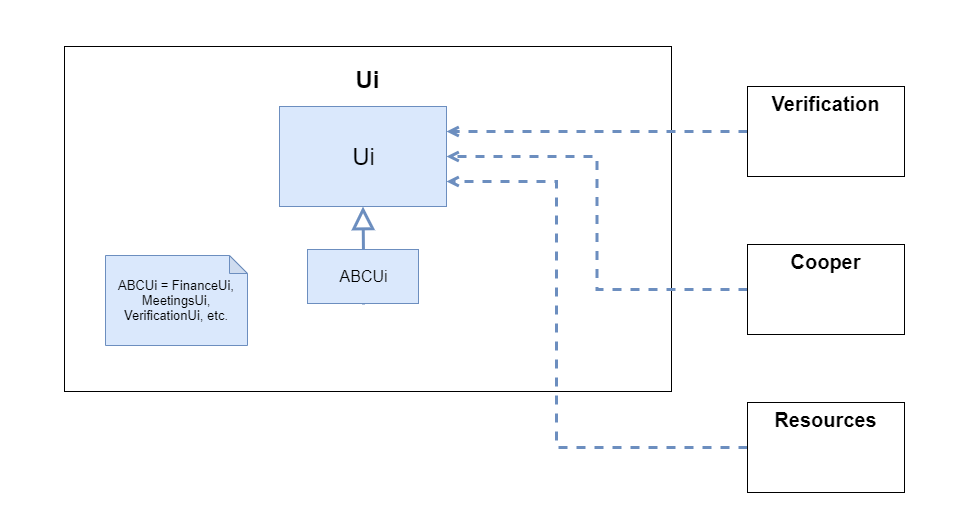
Before: docs/developerGuideDiagrams/uiComponent.png, a diagram exported from draw.io (theeugenechong/tp). Source tidied: cells renumbered, new cells last; positions are measured from the earlier drawing's top-left corner, leaving out a move shared by most shapes. Source of this version:
```xml
<mxGraphModel>
  <root>
    <mxCell id="0" />
    <mxCell id="1" parent="0" />
    <mxCell id="2" style="rounded=0;whiteSpace=wrap;html=1;strokeColor=#FFFFFF;" parent="1" vertex="1">
      <mxGeometry width="965" height="528" as="geometry" />
    </mxCell>
    <mxCell id="3" value="&lt;b&gt;&lt;font style=&quot;font-size: 24px&quot;&gt;Ui&lt;/font&gt;&lt;br&gt;&lt;br&gt;&lt;br&gt;&lt;br&gt;&lt;br&gt;&lt;br&gt;&lt;br&gt;&lt;br&gt;&lt;br&gt;&lt;br&gt;&lt;br&gt;&lt;br&gt;&lt;br&gt;&lt;br&gt;&lt;br&gt;&lt;br&gt;&lt;br&gt;&lt;br&gt;&lt;br&gt;&lt;br&gt;&lt;br&gt;&lt;/b&gt;" style="rounded=0;whiteSpace=wrap;html=1;" parent="1" vertex="1">
      <mxGeometry x="64" y="46" width="607" height="345" as="geometry" />
    </mxCell>
    <mxCell id="4" value="&lt;font style=&quot;font-size: 24px&quot;&gt;Ui&lt;/font&gt;" style="html=1;fillColor=#dae8fc;strokeColor=#6c8ebf;" parent="1" vertex="1">
      <mxGeometry x="279" y="106" width="167" height="100" as="geometry" />
    </mxCell>
    <mxCell id="5" style="endArrow=block;endSize=16;endFill=0;html=1;rounded=0;edgeStyle=orthogonalEdgeStyle;entryX=0.5;entryY=1;entryDx=0;entryDy=0;fillColor=#dae8fc;strokeColor=#6c8ebf;strokeWidth=3;" parent="1" edge="1" target="4">
      <mxGeometry relative="1" as="geometry">
        <mxPoint x="363" y="304" as="sourcePoint" />
      </mxGeometry>
    </mxCell>
    <mxCell id="6" value="&lt;font style=&quot;font-size: 16px&quot;&gt;ABCUi&lt;/font&gt;" style="html=1;fillColor=#dae8fc;strokeColor=#6c8ebf;" parent="1" vertex="1">
      <mxGeometry x="307" y="249" width="111" height="54" as="geometry" />
    </mxCell>
    <mxCell id="7" style="edgeStyle=orthogonalEdgeStyle;rounded=0;jettySize=auto;html=1;exitX=0;exitY=0.5;exitDx=0;exitDy=0;entryX=1;entryY=0.25;entryDx=0;entryDy=0;dashed=1;fillColor=#dae8fc;strokeColor=#6c8ebf;strokeWidth=3;endArrow=open;endFill=0;" parent="1" edge="1" source="8" target="4">
      <mxGeometry relative="1" as="geometry" />
    </mxCell>
    <mxCell id="8" value="&lt;font&gt;&lt;font style=&quot;font-size: 20px&quot;&gt;&lt;b&gt;Verification&lt;/b&gt;&lt;/font&gt;&lt;br&gt;&lt;br&gt;&lt;br&gt;&lt;br&gt;&lt;br&gt;&lt;/font&gt;" style="rounded=0;whiteSpace=wrap;html=1;" parent="1" vertex="1">
      <mxGeometry x="747" y="86" width="157" height="90" as="geometry" />
    </mxCell>
    <mxCell id="9" style="edgeStyle=orthogonalEdgeStyle;rounded=0;jettySize=auto;html=1;exitX=0;exitY=0.5;exitDx=0;exitDy=0;entryX=1;entryY=0.5;entryDx=0;entryDy=0;dashed=1;fillColor=#dae8fc;strokeColor=#6c8ebf;strokeWidth=3;endArrow=open;endFill=0;" parent="1" edge="1" source="10" target="4">
      <mxGeometry relative="1" as="geometry" />
    </mxCell>
    <mxCell id="10" value="&lt;font&gt;&lt;span style=&quot;font-size: 20px&quot;&gt;&lt;b&gt;Cooper&lt;/b&gt;&lt;/span&gt;&lt;br&gt;&lt;br&gt;&lt;br&gt;&lt;br&gt;&lt;br&gt;&lt;/font&gt;" style="rounded=0;whiteSpace=wrap;html=1;" parent="1" vertex="1">
      <mxGeometry x="747" y="244" width="157" height="90" as="geometry" />
    </mxCell>
    <mxCell id="11" style="edgeStyle=orthogonalEdgeStyle;rounded=0;jettySize=auto;html=1;exitX=0;exitY=0.5;exitDx=0;exitDy=0;entryX=1;entryY=0.75;entryDx=0;entryDy=0;dashed=1;strokeWidth=3;fillColor=#dae8fc;strokeColor=#6c8ebf;endArrow=open;endFill=0;" parent="1" edge="1" source="12" target="4">
      <mxGeometry relative="1" as="geometry">
        <Array as="points">
          <mxPoint x="556" y="447" />
          <mxPoint x="556" y="181" />
        </Array>
      </mxGeometry>
    </mxCell>
    <mxCell id="12" value="&lt;font&gt;&lt;span style=&quot;font-size: 20px&quot;&gt;&lt;b&gt;Resources&lt;/b&gt;&lt;/span&gt;&lt;br&gt;&lt;br&gt;&lt;br&gt;&lt;br&gt;&lt;br&gt;&lt;/font&gt;" style="rounded=0;whiteSpace=wrap;html=1;" parent="1" vertex="1">
      <mxGeometry x="747" y="402" width="157" height="90" as="geometry" />
    </mxCell>
    <mxCell id="13" value="&lt;span style=&quot;font-size: 13px&quot;&gt;ABCUi = FinanceUi, MeetingsUi, VerificationUi, etc.&lt;/span&gt;" style="shape=note;whiteSpace=wrap;html=1;backgroundOutline=1;darkOpacity=0.05;align=center;size=18;fillColor=#dae8fc;strokeColor=#6c8ebf;" parent="1" vertex="1">
      <mxGeometry x="105" y="255" width="142" height="90" as="geometry" />
    </mxCell>
  </root>
</mxGraphModel>
```
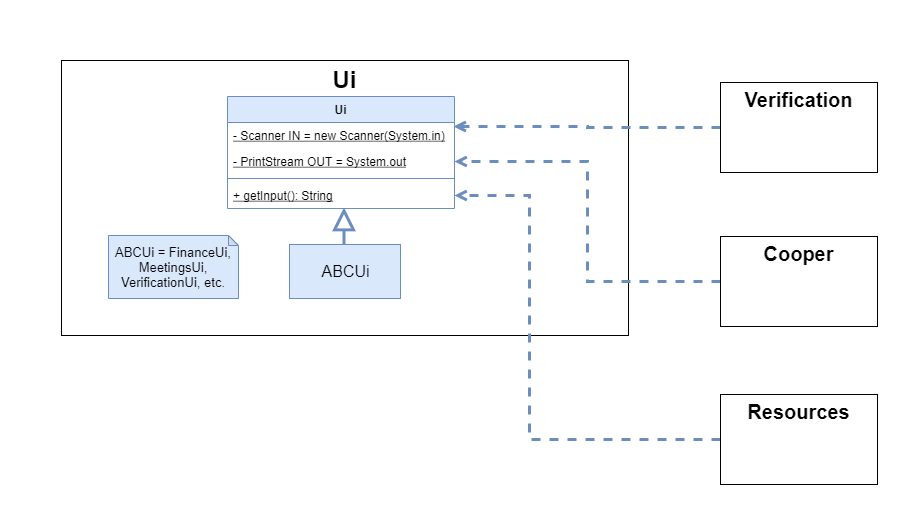
After the change.

Commit message:
Redo some parts for DG Change variable name in Ui class to fit with class diagram

Change to the diagram source:
```diff
@@ -3,47 +3,60 @@
     <mxCell id="0" />
     <mxCell id="1" parent="0" />
     <mxCell id="2" style="rounded=0;whiteSpace=wrap;html=1;strokeColor=#FFFFFF;" parent="1" vertex="1">
-      <mxGeometry width="965" height="528" as="geometry" />
+      <mxGeometry x="27" y="8" width="916" height="520" as="geometry" />
     </mxCell>
-    <mxCell id="3" value="&lt;b&gt;&lt;font style=&quot;font-size: 24px&quot;&gt;Ui&lt;/font&gt;&lt;br&gt;&lt;br&gt;&lt;br&gt;&lt;br&gt;&lt;br&gt;&lt;br&gt;&lt;br&gt;&lt;br&gt;&lt;br&gt;&lt;br&gt;&lt;br&gt;&lt;br&gt;&lt;br&gt;&lt;br&gt;&lt;br&gt;&lt;br&gt;&lt;br&gt;&lt;br&gt;&lt;br&gt;&lt;br&gt;&lt;br&gt;&lt;/b&gt;" style="rounded=0;whiteSpace=wrap;html=1;" parent="1" vertex="1">
-      <mxGeometry x="64" y="46" width="607" height="345" as="geometry" />
+    <mxCell id="3" value="&lt;b&gt;&lt;font style=&quot;font-size: 24px&quot;&gt;Ui&lt;/font&gt;&lt;br&gt;&lt;br&gt;&lt;br&gt;&lt;br&gt;&lt;br&gt;&lt;br&gt;&lt;br&gt;&lt;br&gt;&lt;br&gt;&lt;br&gt;&lt;br&gt;&lt;br&gt;&lt;br&gt;&lt;br&gt;&lt;br&gt;&lt;br&gt;&lt;br&gt;&lt;br&gt;&lt;/b&gt;" style="rounded=0;whiteSpace=wrap;html=1;" parent="1" vertex="1">
+      <mxGeometry x="88" y="68" width="567" height="275" as="geometry" />
     </mxCell>
-    <mxCell id="4" value="&lt;font style=&quot;font-size: 24px&quot;&gt;Ui&lt;/font&gt;" style="html=1;fillColor=#dae8fc;strokeColor=#6c8ebf;" parent="1" vertex="1">
-      <mxGeometry x="279" y="106" width="167" height="100" as="geometry" />
-    </mxCell>
-    <mxCell id="5" style="endArrow=block;endSize=16;endFill=0;html=1;rounded=0;edgeStyle=orthogonalEdgeStyle;entryX=0.5;entryY=1;entryDx=0;entryDy=0;fillColor=#dae8fc;strokeColor=#6c8ebf;strokeWidth=3;" parent="1" edge="1" target="4">
+    <mxCell id="5" style="endArrow=block;endSize=16;endFill=0;html=1;rounded=0;edgeStyle=orthogonalEdgeStyle;entryX=0.5;entryY=1;entryDx=0;entryDy=0;fillColor=#dae8fc;strokeColor=#6c8ebf;strokeWidth=3;exitX=0.5;exitY=0;exitDx=0;exitDy=0;" parent="1" edge="1">
       <mxGeometry relative="1" as="geometry">
-        <mxPoint x="363" y="304" as="sourcePoint" />
+        <mxPoint x="370.5" y="273" as="sourcePoint" />
+        <mxPoint x="370.5" y="215" as="targetPoint" />
       </mxGeometry>
     </mxCell>
     <mxCell id="6" value="&lt;font style=&quot;font-size: 16px&quot;&gt;ABCUi&lt;/font&gt;" style="html=1;fillColor=#dae8fc;strokeColor=#6c8ebf;" parent="1" vertex="1">
-      <mxGeometry x="307" y="249" width="111" height="54" as="geometry" />
+      <mxGeometry x="316" y="252" width="111" height="54" as="geometry" />
     </mxCell>
-    <mxCell id="7" style="edgeStyle=orthogonalEdgeStyle;rounded=0;jettySize=auto;html=1;exitX=0;exitY=0.5;exitDx=0;exitDy=0;entryX=1;entryY=0.25;entryDx=0;entryDy=0;dashed=1;fillColor=#dae8fc;strokeColor=#6c8ebf;strokeWidth=3;endArrow=open;endFill=0;" parent="1" edge="1" source="8" target="4">
+    <mxCell id="7" style="edgeStyle=orthogonalEdgeStyle;rounded=0;jettySize=auto;html=1;exitX=0;exitY=0.5;exitDx=0;exitDy=0;entryX=0.996;entryY=0.154;entryDx=0;entryDy=0;dashed=1;fillColor=#dae8fc;strokeColor=#6c8ebf;strokeWidth=3;endArrow=open;endFill=0;entryPerimeter=0;" parent="1" edge="1" source="8" target="14">
       <mxGeometry relative="1" as="geometry" />
     </mxCell>
     <mxCell id="8" value="&lt;font&gt;&lt;font style=&quot;font-size: 20px&quot;&gt;&lt;b&gt;Verification&lt;/b&gt;&lt;/font&gt;&lt;br&gt;&lt;br&gt;&lt;br&gt;&lt;br&gt;&lt;br&gt;&lt;/font&gt;" style="rounded=0;whiteSpace=wrap;html=1;" parent="1" vertex="1">
-      <mxGeometry x="747" y="86" width="157" height="90" as="geometry" />
+      <mxGeometry x="747" y="90" width="157" height="90" as="geometry" />
     </mxCell>
-    <mxCell id="9" style="edgeStyle=orthogonalEdgeStyle;rounded=0;jettySize=auto;html=1;exitX=0;exitY=0.5;exitDx=0;exitDy=0;entryX=1;entryY=0.5;entryDx=0;entryDy=0;dashed=1;fillColor=#dae8fc;strokeColor=#6c8ebf;strokeWidth=3;endArrow=open;endFill=0;" parent="1" edge="1" source="10" target="4">
+    <mxCell id="9" style="edgeStyle=orthogonalEdgeStyle;rounded=0;jettySize=auto;html=1;exitX=0;exitY=0.5;exitDx=0;exitDy=0;dashed=1;fillColor=#dae8fc;strokeColor=#6c8ebf;strokeWidth=3;endArrow=open;endFill=0;entryX=1;entryY=0.5;entryDx=0;entryDy=0;" parent="1" edge="1" source="10" target="15">
       <mxGeometry relative="1" as="geometry" />
     </mxCell>
     <mxCell id="10" value="&lt;font&gt;&lt;span style=&quot;font-size: 20px&quot;&gt;&lt;b&gt;Cooper&lt;/b&gt;&lt;/span&gt;&lt;br&gt;&lt;br&gt;&lt;br&gt;&lt;br&gt;&lt;br&gt;&lt;/font&gt;" style="rounded=0;whiteSpace=wrap;html=1;" parent="1" vertex="1">
       <mxGeometry x="747" y="244" width="157" height="90" as="geometry" />
     </mxCell>
-    <mxCell id="11" style="edgeStyle=orthogonalEdgeStyle;rounded=0;jettySize=auto;html=1;exitX=0;exitY=0.5;exitDx=0;exitDy=0;entryX=1;entryY=0.75;entryDx=0;entryDy=0;dashed=1;strokeWidth=3;fillColor=#dae8fc;strokeColor=#6c8ebf;endArrow=open;endFill=0;" parent="1" edge="1" source="12" target="4">
+    <mxCell id="11" style="edgeStyle=orthogonalEdgeStyle;rounded=0;jettySize=auto;html=1;exitX=0;exitY=0.5;exitDx=0;exitDy=0;dashed=1;strokeWidth=3;fillColor=#dae8fc;strokeColor=#6c8ebf;endArrow=open;endFill=0;entryX=1;entryY=0.5;entryDx=0;entryDy=0;" parent="1" edge="1" source="12" target="17">
       <mxGeometry relative="1" as="geometry">
         <Array as="points">
           <mxPoint x="556" y="447" />
-          <mxPoint x="556" y="181" />
+          <mxPoint x="556" y="203" />
         </Array>
       </mxGeometry>
     </mxCell>
     <mxCell id="12" value="&lt;font&gt;&lt;span style=&quot;font-size: 20px&quot;&gt;&lt;b&gt;Resources&lt;/b&gt;&lt;/span&gt;&lt;br&gt;&lt;br&gt;&lt;br&gt;&lt;br&gt;&lt;br&gt;&lt;/font&gt;" style="rounded=0;whiteSpace=wrap;html=1;" parent="1" vertex="1">
       <mxGeometry x="747" y="402" width="157" height="90" as="geometry" />
     </mxCell>
-    <mxCell id="13" value="&lt;span style=&quot;font-size: 13px&quot;&gt;ABCUi = FinanceUi, MeetingsUi, VerificationUi, etc.&lt;/span&gt;" style="shape=note;whiteSpace=wrap;html=1;backgroundOutline=1;darkOpacity=0.05;align=center;size=18;fillColor=#dae8fc;strokeColor=#6c8ebf;" parent="1" vertex="1">
-      <mxGeometry x="105" y="255" width="142" height="90" as="geometry" />
+    <mxCell id="13" value="&lt;span style=&quot;font-size: 13px&quot;&gt;ABCUi = FinanceUi, MeetingsUi, VerificationUi, etc.&lt;/span&gt;" style="shape=note;whiteSpace=wrap;html=1;backgroundOutline=1;darkOpacity=0.05;align=center;size=10;fillColor=#dae8fc;strokeColor=#6c8ebf;" parent="1" vertex="1">
+      <mxGeometry x="135" y="243" width="130" height="63" as="geometry" />
     </mxCell>
+    <mxCell id="4" value="Ui" style="swimlane;fontStyle=1;align=center;verticalAlign=top;horizontal=1;startSize=26;fillColor=#dae8fc;strokeColor=#6c8ebf;" parent="1" vertex="1">
+      <mxGeometry x="254" y="104" width="227" height="112" as="geometry" />
+    </mxCell>
+    <mxCell id="14" value="- Scanner IN = new Scanner(System.in)" style="text;strokeColor=none;fillColor=none;align=left;verticalAlign=top;spacingLeft=4;spacingRight=4;overflow=hidden;points=[[0,0.5],[1,0.5]];portConstraint=eastwest;fontStyle=4;" parent="4" vertex="1">
+      <mxGeometry y="26" width="227" height="26" as="geometry" />
+    </mxCell>
+    <mxCell id="15" value="- PrintStream OUT = System.out" style="text;strokeColor=none;fillColor=none;align=left;verticalAlign=top;spacingLeft=4;spacingRight=4;overflow=hidden;points=[[0,0.5],[1,0.5]];portConstraint=eastwest;fontStyle=4;" parent="4" vertex="1">
+      <mxGeometry y="52" width="227" height="26" as="geometry" />
+    </mxCell>
+    <mxCell id="16" style="line;strokeWidth=1;fillColor=#dae8fc;align=left;verticalAlign=middle;spacingTop=-1;spacingLeft=3;spacingRight=3;labelPosition=right;strokeColor=#6c8ebf;" parent="4" vertex="1">
+      <mxGeometry y="78" width="227" height="8" as="geometry" />
+    </mxCell>
+    <mxCell id="17" value="+ getInput(): String" style="text;strokeColor=none;fillColor=none;align=left;verticalAlign=top;spacingLeft=4;spacingRight=4;overflow=hidden;points=[[0,0.5],[1,0.5]];portConstraint=eastwest;fontStyle=4;" parent="4" vertex="1">
+      <mxGeometry y="86" width="227" height="26" as="geometry" />
+    </mxCell>
   </root>
 </mxGraphModel>
```
